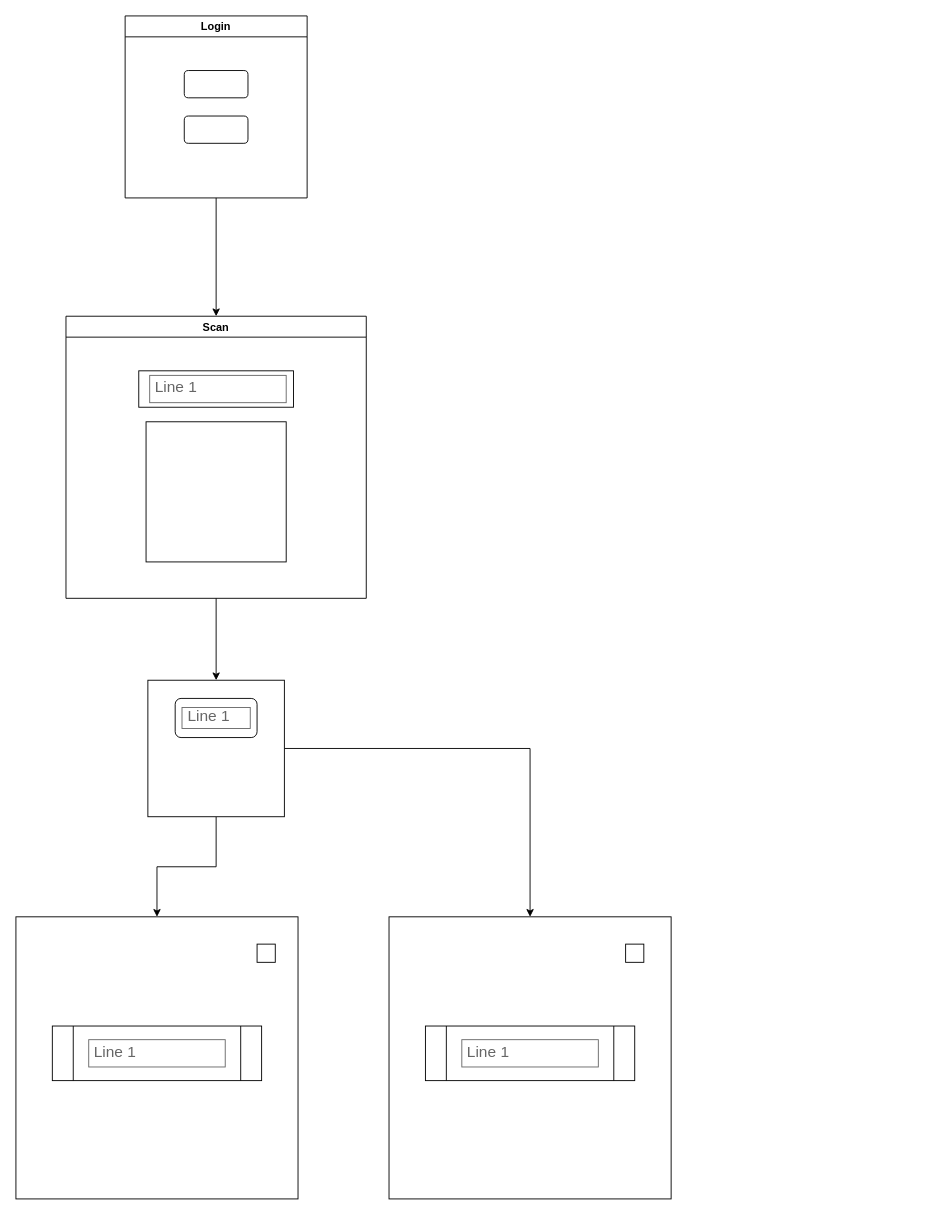
Earlier version of the draw.io diagram (nome da aplicação).drawio (RickyBoyy/ProjMovel). Source tidied: cells renumbered, new cells numbered last; positions are measured from the earlier drawing's top-left corner, leaving out a move shared by most shapes. Both pictures are drawn from the tidied source at 91%, with x=0, y=0 at pixel (15, 15).
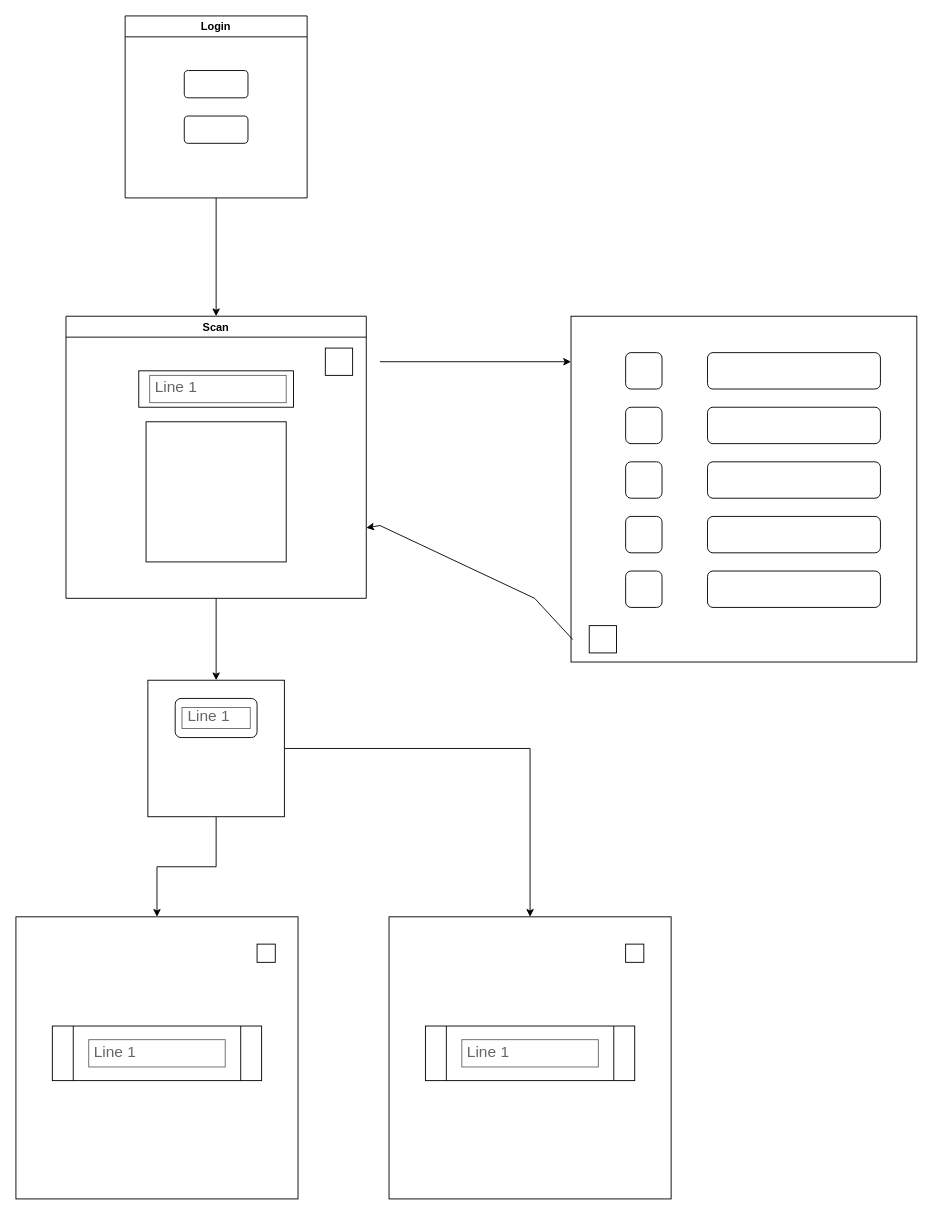
The same diagram, later.

The change refers to these unchanged cells:
```xml
<mxCell id="7" value="Scan" style="swimlane;align=center;" parent="1" vertex="1">
  <mxGeometry x="55" y="330" width="330" height="310" as="geometry" />
</mxCell>
```

Change to the diagram source:
```diff
@@
+    <mxCell id="24" style="whiteSpace=wrap;html=1;" parent="7" vertex="1">
+      <mxGeometry x="285" y="35" width="30" height="30" as="geometry" />
+    </mxCell>
@@
+    <mxCell id="25" style="endArrow=classic;html=1;rounded=0;" parent="1" edge="1">
+      <mxGeometry relative="1" as="geometry">
+        <mxPoint x="400" y="380" as="sourcePoint" />
+        <mxPoint x="610" y="380" as="targetPoint" />
+      </mxGeometry>
+    </mxCell>
+    <mxCell id="26" style="whiteSpace=wrap;html=1;" parent="1" vertex="1">
+      <mxGeometry x="610" y="330" width="380" height="380" as="geometry" />
+    </mxCell>
+    <mxCell id="27" style="rounded=1;whiteSpace=wrap;html=1;" parent="1" vertex="1">
+      <mxGeometry x="760" y="370" width="190" height="40" as="geometry" />
+    </mxCell>
+    <mxCell id="28" style="rounded=1;whiteSpace=wrap;html=1;" parent="1" vertex="1">
+      <mxGeometry x="670" y="370" width="40" height="40" as="geometry" />
+    </mxCell>
+    <mxCell id="29" style="rounded=1;whiteSpace=wrap;html=1;" parent="1" vertex="1">
+      <mxGeometry x="760" y="430" width="190" height="40" as="geometry" />
+    </mxCell>
+    <mxCell id="30" style="rounded=1;whiteSpace=wrap;html=1;" parent="1" vertex="1">
+      <mxGeometry x="670" y="430" width="40" height="40" as="geometry" />
+    </mxCell>
+    <mxCell id="31" style="rounded=1;whiteSpace=wrap;html=1;" parent="1" vertex="1">
+      <mxGeometry x="760" y="490" width="190" height="40" as="geometry" />
+    </mxCell>
+    <mxCell id="32" style="rounded=1;whiteSpace=wrap;html=1;" parent="1" vertex="1">
+      <mxGeometry x="670" y="490" width="40" height="40" as="geometry" />
+    </mxCell>
+    <mxCell id="33" style="rounded=1;whiteSpace=wrap;html=1;" parent="1" vertex="1">
+      <mxGeometry x="670" y="550" width="40" height="40" as="geometry" />
+    </mxCell>
+    <mxCell id="34" style="rounded=1;whiteSpace=wrap;html=1;" parent="1" vertex="1">
+      <mxGeometry x="760" y="550" width="190" height="40" as="geometry" />
+    </mxCell>
+    <mxCell id="35" style="rounded=1;whiteSpace=wrap;html=1;" parent="1" vertex="1">
+      <mxGeometry x="760" y="610" width="190" height="40" as="geometry" />
+    </mxCell>
+    <mxCell id="36" style="rounded=1;whiteSpace=wrap;html=1;" parent="1" vertex="1">
+      <mxGeometry x="670" y="610" width="40" height="40" as="geometry" />
+    </mxCell>
+    <mxCell id="37" style="rounded=0;whiteSpace=wrap;html=1;" parent="1" vertex="1">
+      <mxGeometry x="630" y="670" width="30" height="30" as="geometry" />
+    </mxCell>
+    <mxCell id="38" style="endArrow=classic;html=1;rounded=0;exitX=0.005;exitY=0.935;exitDx=0;exitDy=0;exitPerimeter=0;entryX=1;entryY=0.75;entryDx=0;entryDy=0;" parent="1" edge="1" source="26" target="7">
+      <mxGeometry relative="1" as="geometry">
+        <Array as="points">
+          <mxPoint x="570" y="640" />
+          <mxPoint x="400" y="560" />
+        </Array>
+      </mxGeometry>
+    </mxCell>
```
